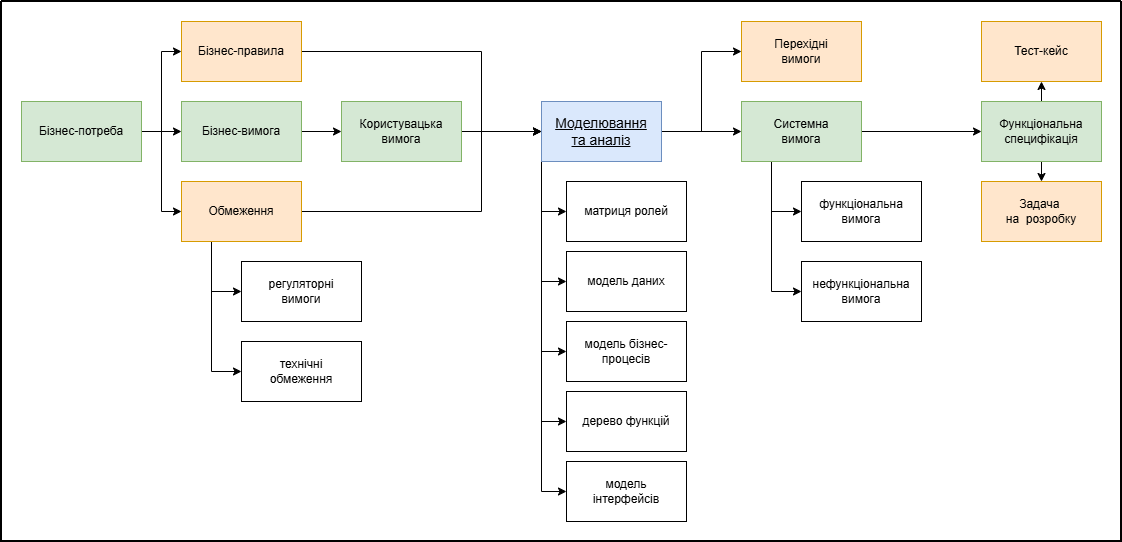
Earlier version of the draw.io export src/img/concept-lifeCycle.png (babok4me/info). Source tidied: cells renumbered, new cells last; positions are measured from the earlier drawing's top-left corner, leaving out a move shared by most shapes. The source it was exported from:
```xml
<mxGraphModel>
  <root>
    <mxCell id="0" />
    <mxCell id="1" parent="0" />
    <mxCell id="2" style="edgeStyle=orthogonalEdgeStyle;rounded=0;jettySize=auto;html=1;exitX=1;exitY=0.5;exitDx=0;exitDy=0;" parent="1" edge="1" source="5" target="7">
      <mxGeometry relative="1" as="geometry" />
    </mxCell>
    <mxCell id="3" style="edgeStyle=orthogonalEdgeStyle;rounded=0;jettySize=auto;html=1;exitX=1;exitY=0.5;exitDx=0;exitDy=0;entryX=0;entryY=0.5;entryDx=0;entryDy=0;" parent="1" edge="1" source="5" target="21">
      <mxGeometry relative="1" as="geometry" />
    </mxCell>
    <mxCell id="4" style="edgeStyle=orthogonalEdgeStyle;rounded=0;jettySize=auto;html=1;exitX=1;exitY=0.5;exitDx=0;exitDy=0;entryX=0;entryY=0.5;entryDx=0;entryDy=0;" parent="1" edge="1" source="5" target="42">
      <mxGeometry relative="1" as="geometry" />
    </mxCell>
    <mxCell id="5" value="Бізнес-потреба" style="rounded=0;whiteSpace=wrap;html=1;fillColor=#d5e8d4;strokeColor=#82b366;" parent="1" vertex="1">
      <mxGeometry x="20" y="100" width="120" height="60" as="geometry" />
    </mxCell>
    <mxCell id="6" style="edgeStyle=orthogonalEdgeStyle;rounded=0;jettySize=auto;html=1;exitX=1;exitY=0.5;exitDx=0;exitDy=0;entryX=0;entryY=0.5;entryDx=0;entryDy=0;" parent="1" edge="1" source="7" target="10">
      <mxGeometry relative="1" as="geometry" />
    </mxCell>
    <mxCell id="7" value="Бізнес-вимога" style="rounded=0;whiteSpace=wrap;html=1;fillColor=#d5e8d4;strokeColor=#82b366;" parent="1" vertex="1">
      <mxGeometry x="180" y="100" width="120" height="60" as="geometry" />
    </mxCell>
    <mxCell id="8" value="регуляторні&lt;div&gt;вимоги&lt;/div&gt;" style="rounded=0;whiteSpace=wrap;html=1;" parent="1" vertex="1">
      <mxGeometry x="240" y="260" width="120" height="60" as="geometry" />
    </mxCell>
    <mxCell id="9" style="edgeStyle=orthogonalEdgeStyle;rounded=0;jettySize=auto;html=1;exitX=1;exitY=0.5;exitDx=0;exitDy=0;entryX=0;entryY=0.5;entryDx=0;entryDy=0;" parent="1" edge="1" source="10" target="29">
      <mxGeometry relative="1" as="geometry" />
    </mxCell>
    <mxCell id="10" value="Користувацька&lt;div&gt;вимога&lt;/div&gt;" style="rounded=0;whiteSpace=wrap;html=1;fillColor=#d5e8d4;strokeColor=#82b366;" parent="1" vertex="1">
      <mxGeometry x="340" y="100" width="120" height="60" as="geometry" />
    </mxCell>
    <mxCell id="11" value="технічні&lt;div&gt;обмеження&lt;/div&gt;" style="rounded=0;whiteSpace=wrap;html=1;" parent="1" vertex="1">
      <mxGeometry x="240" y="340" width="120" height="60" as="geometry" />
    </mxCell>
    <mxCell id="12" value="функціональна&lt;div&gt;вимога&lt;/div&gt;" style="rounded=0;whiteSpace=wrap;html=1;" parent="1" vertex="1">
      <mxGeometry x="800" y="180" width="120" height="60" as="geometry" />
    </mxCell>
    <mxCell id="13" value="нефункціональна&lt;div&gt;вимога&lt;/div&gt;" style="rounded=0;whiteSpace=wrap;html=1;" parent="1" vertex="1">
      <mxGeometry x="800" y="260" width="120" height="60" as="geometry" />
    </mxCell>
    <mxCell id="14" style="edgeStyle=orthogonalEdgeStyle;rounded=0;jettySize=auto;html=1;exitX=0.25;exitY=1;exitDx=0;exitDy=0;entryX=0;entryY=0.5;entryDx=0;entryDy=0;" parent="1" edge="1" source="17" target="12">
      <mxGeometry relative="1" as="geometry" />
    </mxCell>
    <mxCell id="15" style="edgeStyle=orthogonalEdgeStyle;rounded=0;jettySize=auto;html=1;exitX=0.25;exitY=1;exitDx=0;exitDy=0;entryX=0;entryY=0.5;entryDx=0;entryDy=0;" parent="1" edge="1" source="17" target="13">
      <mxGeometry relative="1" as="geometry" />
    </mxCell>
    <mxCell id="16" style="edgeStyle=orthogonalEdgeStyle;rounded=0;jettySize=auto;html=1;exitX=1;exitY=0.5;exitDx=0;exitDy=0;entryX=0;entryY=0.5;entryDx=0;entryDy=0;" parent="1" edge="1" source="17" target="39">
      <mxGeometry relative="1" as="geometry" />
    </mxCell>
    <mxCell id="17" value="Системна&lt;div&gt;вимога&lt;/div&gt;" style="rounded=0;whiteSpace=wrap;html=1;fillColor=#d5e8d4;strokeColor=#82b366;" parent="1" vertex="1">
      <mxGeometry x="740" y="100" width="120" height="60" as="geometry" />
    </mxCell>
    <mxCell id="18" style="edgeStyle=orthogonalEdgeStyle;rounded=0;jettySize=auto;html=1;exitX=0.25;exitY=1;exitDx=0;exitDy=0;entryX=0;entryY=0.5;entryDx=0;entryDy=0;" parent="1" edge="1" source="21" target="11">
      <mxGeometry relative="1" as="geometry" />
    </mxCell>
    <mxCell id="19" style="edgeStyle=orthogonalEdgeStyle;rounded=0;jettySize=auto;html=1;exitX=0.25;exitY=1;exitDx=0;exitDy=0;entryX=0;entryY=0.5;entryDx=0;entryDy=0;" parent="1" edge="1" source="21" target="8">
      <mxGeometry relative="1" as="geometry" />
    </mxCell>
    <mxCell id="20" style="edgeStyle=orthogonalEdgeStyle;rounded=0;jettySize=auto;html=1;exitX=1;exitY=0.5;exitDx=0;exitDy=0;entryX=0;entryY=0.5;entryDx=0;entryDy=0;" parent="1" edge="1" source="21" target="29">
      <mxGeometry relative="1" as="geometry">
        <Array as="points">
          <mxPoint x="480" y="210" />
          <mxPoint x="480" y="130" />
        </Array>
      </mxGeometry>
    </mxCell>
    <mxCell id="21" value="Обмеження" style="rounded=0;whiteSpace=wrap;html=1;fillColor=#ffe6cc;strokeColor=#d79b00;" parent="1" vertex="1">
      <mxGeometry x="180" y="180" width="120" height="60" as="geometry" />
    </mxCell>
    <mxCell id="22" style="edgeStyle=orthogonalEdgeStyle;rounded=0;jettySize=auto;html=1;exitX=1;exitY=0.5;exitDx=0;exitDy=0;entryX=0;entryY=0.5;entryDx=0;entryDy=0;" parent="1" edge="1" source="29" target="17">
      <mxGeometry relative="1" as="geometry" />
    </mxCell>
    <mxCell id="23" style="edgeStyle=orthogonalEdgeStyle;rounded=0;jettySize=auto;html=1;exitX=1;exitY=0.5;exitDx=0;exitDy=0;entryX=0;entryY=0.5;entryDx=0;entryDy=0;" parent="1" edge="1" source="29" target="35">
      <mxGeometry relative="1" as="geometry" />
    </mxCell>
    <mxCell id="24" style="edgeStyle=orthogonalEdgeStyle;rounded=0;jettySize=auto;html=1;exitX=0;exitY=1;exitDx=0;exitDy=0;entryX=0;entryY=0.5;entryDx=0;entryDy=0;" parent="1" edge="1" source="29" target="34">
      <mxGeometry relative="1" as="geometry" />
    </mxCell>
    <mxCell id="25" style="edgeStyle=orthogonalEdgeStyle;rounded=0;jettySize=auto;html=1;exitX=0;exitY=1;exitDx=0;exitDy=0;entryX=0;entryY=0.5;entryDx=0;entryDy=0;" parent="1" edge="1" source="29" target="33">
      <mxGeometry relative="1" as="geometry" />
    </mxCell>
    <mxCell id="26" style="edgeStyle=orthogonalEdgeStyle;rounded=0;jettySize=auto;html=1;exitX=0;exitY=1;exitDx=0;exitDy=0;entryX=0;entryY=0.5;entryDx=0;entryDy=0;" parent="1" edge="1" source="29" target="32">
      <mxGeometry relative="1" as="geometry" />
    </mxCell>
    <mxCell id="27" style="edgeStyle=orthogonalEdgeStyle;rounded=0;jettySize=auto;html=1;exitX=0;exitY=1;exitDx=0;exitDy=0;entryX=0;entryY=0.5;entryDx=0;entryDy=0;" parent="1" edge="1" source="29" target="31">
      <mxGeometry relative="1" as="geometry" />
    </mxCell>
    <mxCell id="28" style="edgeStyle=orthogonalEdgeStyle;rounded=0;jettySize=auto;html=1;exitX=0;exitY=1;exitDx=0;exitDy=0;entryX=0;entryY=0.5;entryDx=0;entryDy=0;" parent="1" edge="1" source="29" target="30">
      <mxGeometry relative="1" as="geometry" />
    </mxCell>
    <mxCell id="29" value="Моделювання&lt;div&gt;та аналіз&lt;/div&gt;" style="rounded=0;whiteSpace=wrap;html=1;fillColor=#dae8fc;strokeColor=#6c8ebf;fontStyle=4;fontSize=14;" parent="1" vertex="1">
      <mxGeometry x="540" y="100" width="120" height="60" as="geometry" />
    </mxCell>
    <mxCell id="30" value="матриця ролей" style="rounded=0;whiteSpace=wrap;html=1;" parent="1" vertex="1">
      <mxGeometry x="565" y="180" width="120" height="60" as="geometry" />
    </mxCell>
    <mxCell id="31" value="модель даних" style="rounded=0;whiteSpace=wrap;html=1;" parent="1" vertex="1">
      <mxGeometry x="565" y="250" width="120" height="60" as="geometry" />
    </mxCell>
    <mxCell id="32" value="модель бізнес-процесів" style="rounded=0;whiteSpace=wrap;html=1;" parent="1" vertex="1">
      <mxGeometry x="565" y="320" width="120" height="60" as="geometry" />
    </mxCell>
    <mxCell id="33" value="дерево&amp;nbsp;&lt;span style=&quot;background-color: transparent; color: light-dark(rgb(0, 0, 0), rgb(255, 255, 255));&quot;&gt;функцій&lt;/span&gt;" style="rounded=0;whiteSpace=wrap;html=1;" parent="1" vertex="1">
      <mxGeometry x="565" y="390" width="120" height="60" as="geometry" />
    </mxCell>
    <mxCell id="34" value="модель&lt;div&gt;інтерфейсів&lt;/div&gt;" style="rounded=0;whiteSpace=wrap;html=1;" parent="1" vertex="1">
      <mxGeometry x="565" y="460" width="120" height="60" as="geometry" />
    </mxCell>
    <mxCell id="35" value="Перехідні&lt;div&gt;вимоги&lt;/div&gt;" style="rounded=0;whiteSpace=wrap;html=1;fillColor=#ffe6cc;strokeColor=#d79b00;" parent="1" vertex="1">
      <mxGeometry x="740" y="20" width="120" height="60" as="geometry" />
    </mxCell>
    <mxCell id="36" value="Задача&amp;nbsp;&lt;div&gt;на&amp;nbsp; розробку&lt;/div&gt;" style="rounded=0;whiteSpace=wrap;html=1;fillColor=#ffe6cc;strokeColor=#d79b00;" parent="1" vertex="1">
      <mxGeometry x="980" y="180" width="120" height="60" as="geometry" />
    </mxCell>
    <mxCell id="37" style="edgeStyle=orthogonalEdgeStyle;rounded=0;jettySize=auto;html=1;exitX=0.5;exitY=1;exitDx=0;exitDy=0;entryX=0.5;entryY=0;entryDx=0;entryDy=0;" parent="1" edge="1" source="39" target="36">
      <mxGeometry relative="1" as="geometry" />
    </mxCell>
    <mxCell id="38" style="edgeStyle=orthogonalEdgeStyle;rounded=0;jettySize=auto;html=1;exitX=0.5;exitY=0;exitDx=0;exitDy=0;entryX=0.5;entryY=1;entryDx=0;entryDy=0;" parent="1" edge="1" source="39" target="40">
      <mxGeometry relative="1" as="geometry" />
    </mxCell>
    <mxCell id="39" value="Функціональна&lt;div&gt;специфікація&lt;/div&gt;" style="rounded=0;whiteSpace=wrap;html=1;fillColor=#d5e8d4;strokeColor=#82b366;" parent="1" vertex="1">
      <mxGeometry x="980" y="100" width="120" height="60" as="geometry" />
    </mxCell>
    <mxCell id="40" value="Тест-кейс" style="rounded=0;whiteSpace=wrap;html=1;fillColor=#ffe6cc;strokeColor=#d79b00;" parent="1" vertex="1">
      <mxGeometry x="980" y="20" width="120" height="60" as="geometry" />
    </mxCell>
    <mxCell id="41" style="edgeStyle=orthogonalEdgeStyle;rounded=0;jettySize=auto;html=1;exitX=1;exitY=0.5;exitDx=0;exitDy=0;entryX=0;entryY=0.5;entryDx=0;entryDy=0;" parent="1" edge="1" source="42" target="29">
      <mxGeometry relative="1" as="geometry">
        <Array as="points">
          <mxPoint x="480" y="50" />
          <mxPoint x="480" y="130" />
        </Array>
      </mxGeometry>
    </mxCell>
    <mxCell id="42" value="Бізнес-правила" style="rounded=0;whiteSpace=wrap;html=1;fillColor=#ffe6cc;strokeColor=#d79b00;" parent="1" vertex="1">
      <mxGeometry x="180" y="20" width="120" height="60" as="geometry" />
    </mxCell>
    <mxCell id="43" style="swimlane;startSize=0;strokeWidth=2;" parent="1" vertex="1">
      <mxGeometry width="1120" height="540" as="geometry" />
    </mxCell>
  </root>
</mxGraphModel>
```
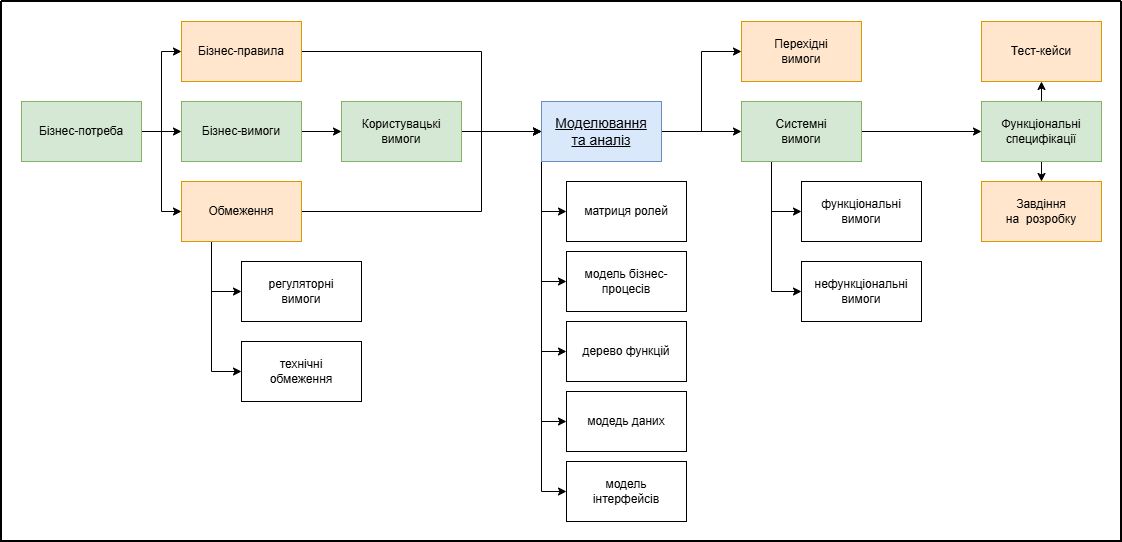
After the change.

Commit message:
update page concept

Diff of the diagram source:
```diff
@@ -17,7 +17,7 @@
     <mxCell id="6" style="edgeStyle=orthogonalEdgeStyle;rounded=0;jettySize=auto;html=1;exitX=1;exitY=0.5;exitDx=0;exitDy=0;entryX=0;entryY=0.5;entryDx=0;entryDy=0;" parent="1" edge="1" source="7" target="10">
       <mxGeometry relative="1" as="geometry" />
     </mxCell>
-    <mxCell id="7" value="Бізнес-вимога" style="rounded=0;whiteSpace=wrap;html=1;fillColor=#d5e8d4;strokeColor=#82b366;" parent="1" vertex="1">
+    <mxCell id="7" value="Бізнес-вимоги" style="rounded=0;whiteSpace=wrap;html=1;fillColor=#d5e8d4;strokeColor=#82b366;" parent="1" vertex="1">
       <mxGeometry x="180" y="100" width="120" height="60" as="geometry" />
     </mxCell>
     <mxCell id="8" value="регуляторні&lt;div&gt;вимоги&lt;/div&gt;" style="rounded=0;whiteSpace=wrap;html=1;" parent="1" vertex="1">
@@ -26,16 +26,16 @@
     <mxCell id="9" style="edgeStyle=orthogonalEdgeStyle;rounded=0;jettySize=auto;html=1;exitX=1;exitY=0.5;exitDx=0;exitDy=0;entryX=0;entryY=0.5;entryDx=0;entryDy=0;" parent="1" edge="1" source="10" target="29">
       <mxGeometry relative="1" as="geometry" />
     </mxCell>
-    <mxCell id="10" value="Користувацька&lt;div&gt;вимога&lt;/div&gt;" style="rounded=0;whiteSpace=wrap;html=1;fillColor=#d5e8d4;strokeColor=#82b366;" parent="1" vertex="1">
+    <mxCell id="10" value="Користувацькі&lt;div&gt;вимоги&lt;/div&gt;" style="rounded=0;whiteSpace=wrap;html=1;fillColor=#d5e8d4;strokeColor=#82b366;" parent="1" vertex="1">
       <mxGeometry x="340" y="100" width="120" height="60" as="geometry" />
     </mxCell>
     <mxCell id="11" value="технічні&lt;div&gt;обмеження&lt;/div&gt;" style="rounded=0;whiteSpace=wrap;html=1;" parent="1" vertex="1">
       <mxGeometry x="240" y="340" width="120" height="60" as="geometry" />
     </mxCell>
-    <mxCell id="12" value="функціональна&lt;div&gt;вимога&lt;/div&gt;" style="rounded=0;whiteSpace=wrap;html=1;" parent="1" vertex="1">
+    <mxCell id="12" value="функціональні&lt;div&gt;вимоги&lt;/div&gt;" style="rounded=0;whiteSpace=wrap;html=1;" parent="1" vertex="1">
       <mxGeometry x="800" y="180" width="120" height="60" as="geometry" />
     </mxCell>
-    <mxCell id="13" value="нефункціональна&lt;div&gt;вимога&lt;/div&gt;" style="rounded=0;whiteSpace=wrap;html=1;" parent="1" vertex="1">
+    <mxCell id="13" value="нефункціональні&lt;div&gt;вимоги&lt;/div&gt;" style="rounded=0;whiteSpace=wrap;html=1;" parent="1" vertex="1">
       <mxGeometry x="800" y="260" width="120" height="60" as="geometry" />
     </mxCell>
     <mxCell id="14" style="edgeStyle=orthogonalEdgeStyle;rounded=0;jettySize=auto;html=1;exitX=0.25;exitY=1;exitDx=0;exitDy=0;entryX=0;entryY=0.5;entryDx=0;entryDy=0;" parent="1" edge="1" source="17" target="12">
@@ -47,7 +47,7 @@
     <mxCell id="16" style="edgeStyle=orthogonalEdgeStyle;rounded=0;jettySize=auto;html=1;exitX=1;exitY=0.5;exitDx=0;exitDy=0;entryX=0;entryY=0.5;entryDx=0;entryDy=0;" parent="1" edge="1" source="17" target="39">
       <mxGeometry relative="1" as="geometry" />
     </mxCell>
-    <mxCell id="17" value="Системна&lt;div&gt;вимога&lt;/div&gt;" style="rounded=0;whiteSpace=wrap;html=1;fillColor=#d5e8d4;strokeColor=#82b366;" parent="1" vertex="1">
+    <mxCell id="17" value="Системні&lt;div&gt;вимоги&lt;/div&gt;" style="rounded=0;whiteSpace=wrap;html=1;fillColor=#d5e8d4;strokeColor=#82b366;" parent="1" vertex="1">
       <mxGeometry x="740" y="100" width="120" height="60" as="geometry" />
     </mxCell>
     <mxCell id="18" style="edgeStyle=orthogonalEdgeStyle;rounded=0;jettySize=auto;html=1;exitX=0.25;exitY=1;exitDx=0;exitDy=0;entryX=0;entryY=0.5;entryDx=0;entryDy=0;" parent="1" edge="1" source="21" target="11">
@@ -94,13 +94,13 @@
     <mxCell id="30" value="матриця ролей" style="rounded=0;whiteSpace=wrap;html=1;" parent="1" vertex="1">
       <mxGeometry x="565" y="180" width="120" height="60" as="geometry" />
     </mxCell>
-    <mxCell id="31" value="модель даних" style="rounded=0;whiteSpace=wrap;html=1;" parent="1" vertex="1">
+    <mxCell id="31" value="модель бізнес-процесів" style="rounded=0;whiteSpace=wrap;html=1;" parent="1" vertex="1">
       <mxGeometry x="565" y="250" width="120" height="60" as="geometry" />
     </mxCell>
-    <mxCell id="32" value="модель бізнес-процесів" style="rounded=0;whiteSpace=wrap;html=1;" parent="1" vertex="1">
+    <mxCell id="32" value="дерево функцій" style="rounded=0;whiteSpace=wrap;html=1;" parent="1" vertex="1">
       <mxGeometry x="565" y="320" width="120" height="60" as="geometry" />
     </mxCell>
-    <mxCell id="33" value="дерево&amp;nbsp;&lt;span style=&quot;background-color: transparent; color: light-dark(rgb(0, 0, 0), rgb(255, 255, 255));&quot;&gt;функцій&lt;/span&gt;" style="rounded=0;whiteSpace=wrap;html=1;" parent="1" vertex="1">
+    <mxCell id="33" value="модедь даних" style="rounded=0;whiteSpace=wrap;html=1;" parent="1" vertex="1">
       <mxGeometry x="565" y="390" width="120" height="60" as="geometry" />
     </mxCell>
     <mxCell id="34" value="модель&lt;div&gt;інтерфейсів&lt;/div&gt;" style="rounded=0;whiteSpace=wrap;html=1;" parent="1" vertex="1">
@@ -109,7 +109,7 @@
     <mxCell id="35" value="Перехідні&lt;div&gt;вимоги&lt;/div&gt;" style="rounded=0;whiteSpace=wrap;html=1;fillColor=#ffe6cc;strokeColor=#d79b00;" parent="1" vertex="1">
       <mxGeometry x="740" y="20" width="120" height="60" as="geometry" />
     </mxCell>
-    <mxCell id="36" value="Задача&amp;nbsp;&lt;div&gt;на&amp;nbsp; розробку&lt;/div&gt;" style="rounded=0;whiteSpace=wrap;html=1;fillColor=#ffe6cc;strokeColor=#d79b00;" parent="1" vertex="1">
+    <mxCell id="36" value="Завдіння&lt;div&gt;на&amp;nbsp; розробку&lt;/div&gt;" style="rounded=0;whiteSpace=wrap;html=1;fillColor=#ffe6cc;strokeColor=#d79b00;" parent="1" vertex="1">
       <mxGeometry x="980" y="180" width="120" height="60" as="geometry" />
     </mxCell>
     <mxCell id="37" style="edgeStyle=orthogonalEdgeStyle;rounded=0;jettySize=auto;html=1;exitX=0.5;exitY=1;exitDx=0;exitDy=0;entryX=0.5;entryY=0;entryDx=0;entryDy=0;" parent="1" edge="1" source="39" target="36">
@@ -118,10 +118,10 @@
     <mxCell id="38" style="edgeStyle=orthogonalEdgeStyle;rounded=0;jettySize=auto;html=1;exitX=0.5;exitY=0;exitDx=0;exitDy=0;entryX=0.5;entryY=1;entryDx=0;entryDy=0;" parent="1" edge="1" source="39" target="40">
       <mxGeometry relative="1" as="geometry" />
     </mxCell>
-    <mxCell id="39" value="Функціональна&lt;div&gt;специфікація&lt;/div&gt;" style="rounded=0;whiteSpace=wrap;html=1;fillColor=#d5e8d4;strokeColor=#82b366;" parent="1" vertex="1">
+    <mxCell id="39" value="Функціональні&lt;div&gt;специфікації&lt;/div&gt;" style="rounded=0;whiteSpace=wrap;html=1;fillColor=#d5e8d4;strokeColor=#82b366;" parent="1" vertex="1">
       <mxGeometry x="980" y="100" width="120" height="60" as="geometry" />
     </mxCell>
-    <mxCell id="40" value="Тест-кейс" style="rounded=0;whiteSpace=wrap;html=1;fillColor=#ffe6cc;strokeColor=#d79b00;" parent="1" vertex="1">
+    <mxCell id="40" value="Тест-кейси" style="rounded=0;whiteSpace=wrap;html=1;fillColor=#ffe6cc;strokeColor=#d79b00;" parent="1" vertex="1">
       <mxGeometry x="980" y="20" width="120" height="60" as="geometry" />
     </mxCell>
     <mxCell id="41" style="edgeStyle=orthogonalEdgeStyle;rounded=0;jettySize=auto;html=1;exitX=1;exitY=0.5;exitDx=0;exitDy=0;entryX=0;entryY=0.5;entryDx=0;entryDy=0;" parent="1" edge="1" source="42" target="29">
```
